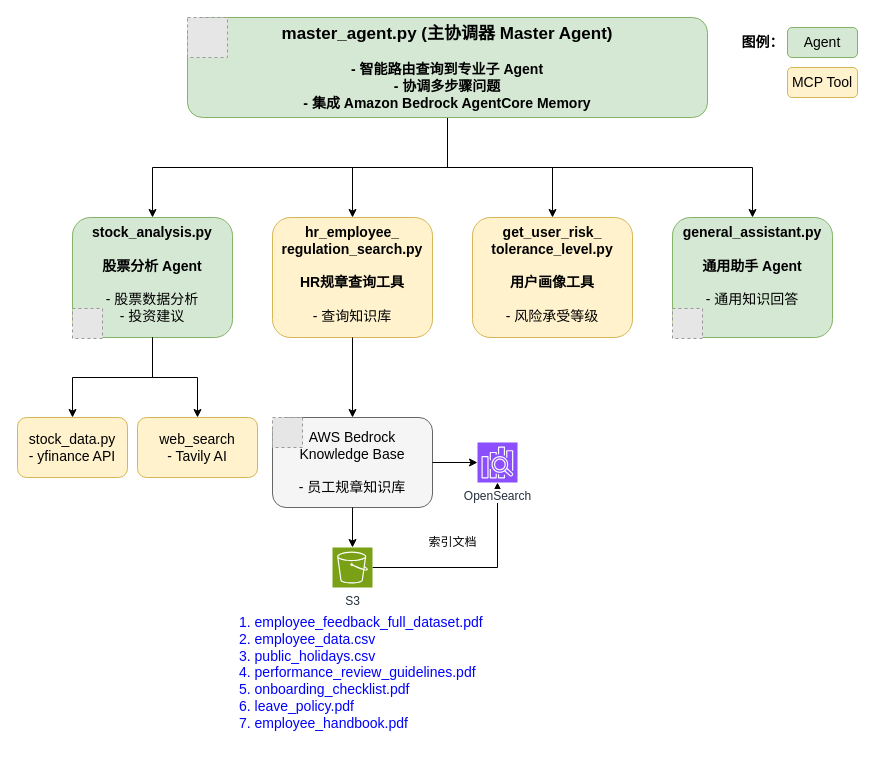
This is architecture.drawio from coderrrr/multi-agent, a draw.io file, before an edit. Source tidied: cells renumbered, new cells numbered last; positions are measured from the earlier drawing's top-left corner, leaving out a move shared by most shapes. Both pictures are drawn from the tidied source at 100%, with x=0, y=0 at pixel (17, 17). Pictures stored in the file or linked from it are replaced by grey dashed boxes.
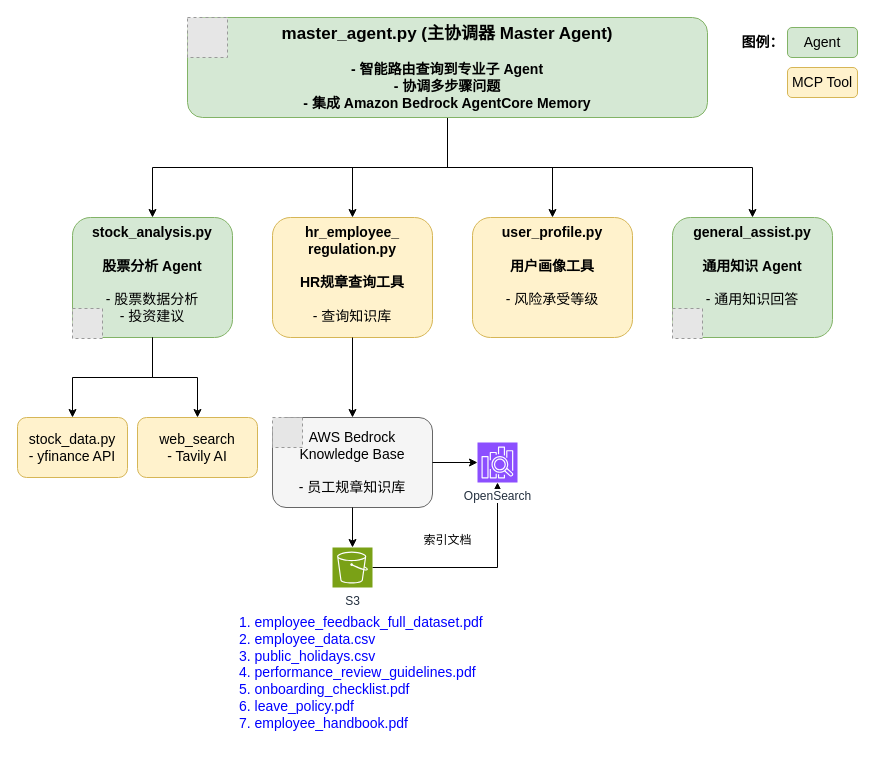
The same diagram, later.

Diff of the diagram source:
```diff
@@
-    <mxCell id="8" value="&lt;b&gt;hr_employee_&lt;br&gt;regulation_search.py&lt;br&gt;&lt;br&gt;HR规章查询工具&lt;/b&gt;&lt;div&gt;&lt;b&gt;&lt;br&gt;&lt;/b&gt;&lt;div&gt;- 查询知识库&lt;b&gt;&lt;/b&gt;&lt;/div&gt;&lt;/div&gt;" style="rounded=1;whiteSpace=wrap;html=1;fillColor=#fff2cc;strokeColor=#d6b656;fontSize=14;verticalAlign=top;" parent="1" vertex="1">
+    <mxCell id="8" value="&lt;b&gt;hr_employee_&lt;br&gt;regulation.py&lt;br&gt;&lt;br&gt;HR规章查询工具&lt;/b&gt;&lt;div&gt;&lt;b&gt;&lt;br&gt;&lt;/b&gt;&lt;div&gt;- 查询知识库&lt;b&gt;&lt;/b&gt;&lt;/div&gt;&lt;/div&gt;" style="rounded=1;whiteSpace=wrap;html=1;fillColor=#fff2cc;strokeColor=#d6b656;fontSize=14;verticalAlign=top;" parent="1" vertex="1">
       <mxGeometry x="255" y="200" width="160" height="120" as="geometry" />
     </mxCell>
-    <mxCell id="9" value="&lt;b&gt;get_user_risk_&lt;br&gt;tolerance_level.py&lt;br&gt;&lt;br&gt;用户画像工具&lt;/b&gt;&lt;br&gt;&lt;br&gt;- 风险承受等级" style="rounded=1;whiteSpace=wrap;html=1;fillColor=#fff2cc;strokeColor=#d6b656;fontSize=14;verticalAlign=top;" parent="1" vertex="1">
+    <mxCell id="9" value="&lt;b&gt;user_profile.py&lt;br&gt;&lt;br&gt;用户画像工具&lt;/b&gt;&lt;br&gt;&lt;br&gt;- 风险承受等级" style="rounded=1;whiteSpace=wrap;html=1;fillColor=#fff2cc;strokeColor=#d6b656;fontSize=14;verticalAlign=top;" parent="1" vertex="1">
       <mxGeometry x="455" y="200" width="160" height="120" as="geometry" />
     </mxCell>
-    <mxCell id="10" value="&lt;b&gt;general_assistant.py&lt;br&gt;&lt;br&gt;通用助手 Agent&lt;/b&gt;&lt;br&gt;&lt;br&gt;- 通用知识回答" style="rounded=1;whiteSpace=wrap;html=1;fillColor=#d5e8d4;strokeColor=#82b366;fontSize=14;verticalAlign=top;" parent="1" vertex="1">
+    <mxCell id="10" value="&lt;b&gt;general_assist.py&lt;br&gt;&lt;br&gt;通用知识 Agent&lt;/b&gt;&lt;br&gt;&lt;br&gt;- 通用知识回答" style="rounded=1;whiteSpace=wrap;html=1;fillColor=#d5e8d4;strokeColor=#82b366;fontSize=14;verticalAlign=top;" parent="1" vertex="1">
       <mxGeometry x="655" y="200" width="160" height="120" as="geometry" />
     </mxCell>
@@
     <mxCell id="30" value="索引文档" style="text;html=1;align=center;verticalAlign=middle;strokeColor=none;fillColor=none;" parent="1" vertex="1">
-      <mxGeometry x="400" y="510" width="70" height="30" as="geometry" />
+      <mxGeometry x="395" y="508" width="70" height="30" as="geometry" />
     </mxCell>
```
